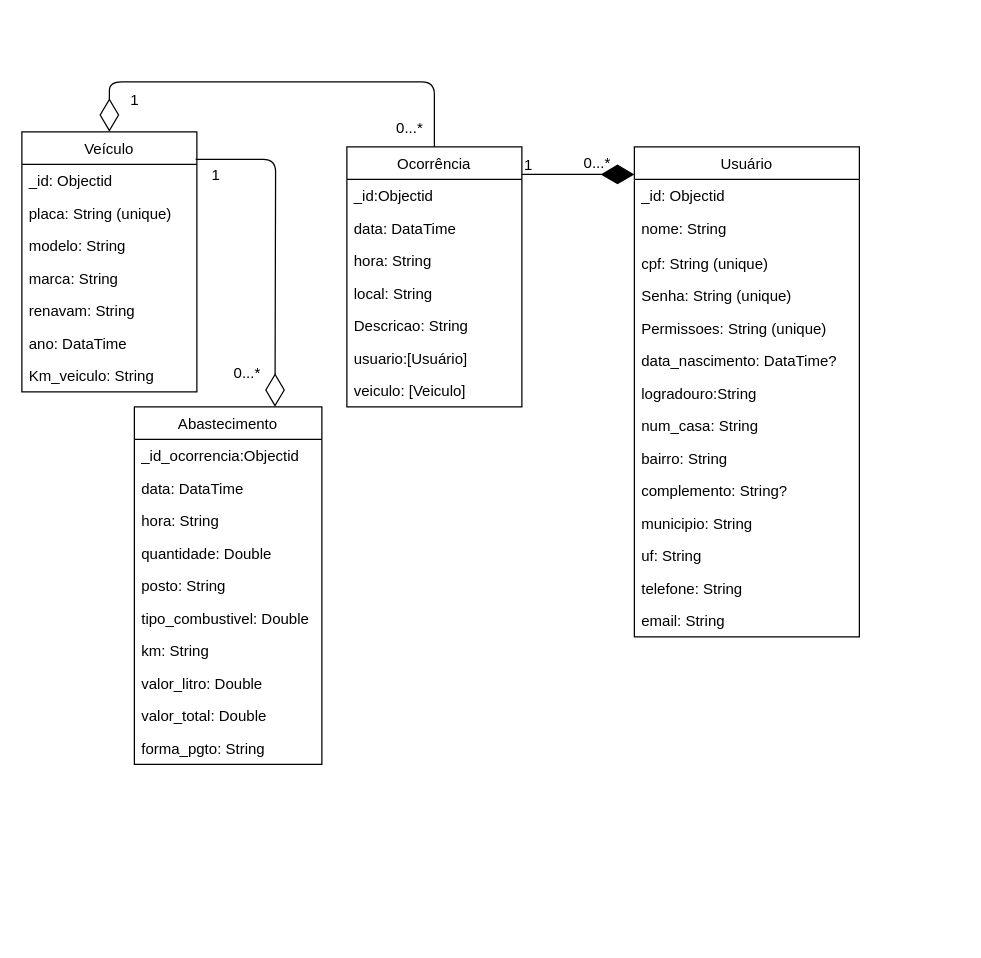
This is docs/NoAM.drawio from FatecFranca/DSM-G04-PI3-2024-1, a draw.io file, before an edit. Source tidied: cells renumbered, new cells numbered last; positions are measured from the earlier drawing's top-left corner, leaving out a move shared by most shapes. Both pictures are drawn from the tidied source at 125%, with x=0, y=0 at pixel (21, 81).
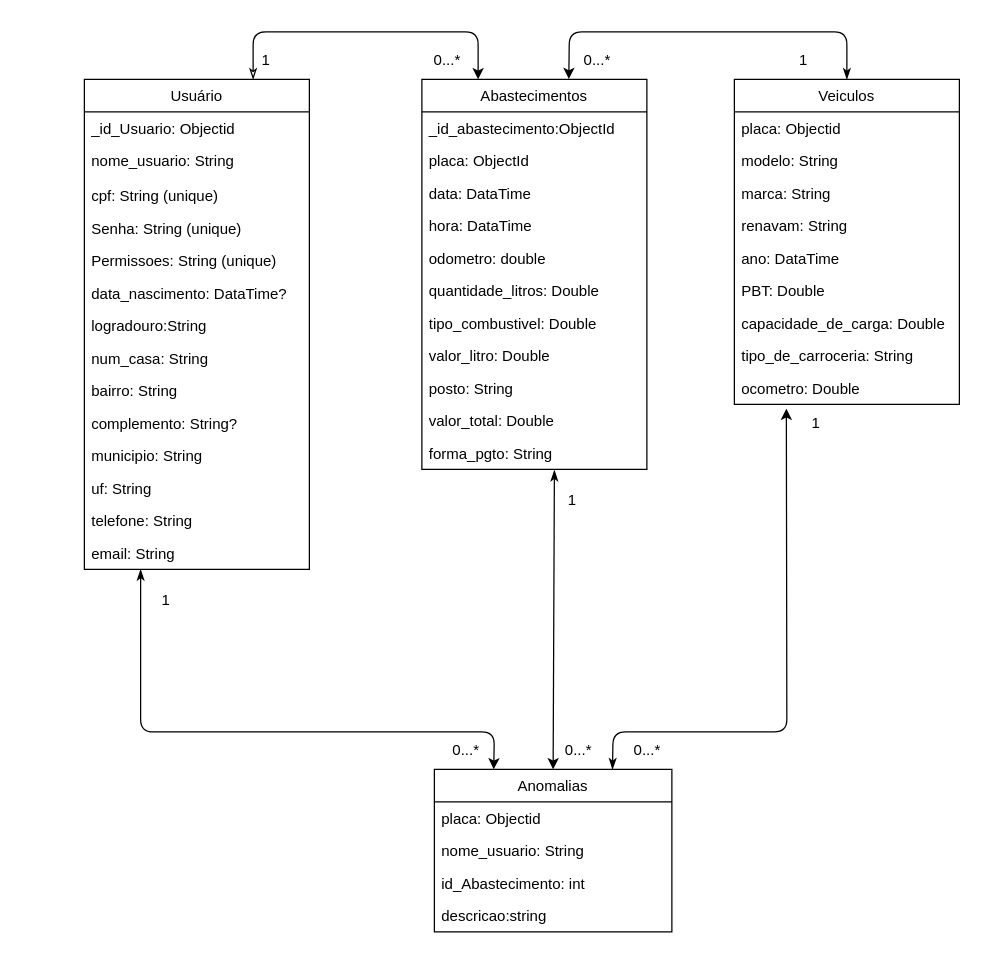
Above is the later version.

Diff of the diagram source:
```diff
@@
-    <mxCell id="2" value="0...*" style="text;html=1;align=center;verticalAlign=middle;strokeColor=none;fillColor=none;" parent="1" vertex="1">
-      <mxGeometry x="440" y="50" width="40" height="30" as="geometry" />
-    </mxCell>
-    <mxCell id="3" style="endArrow=diamondThin;endFill=1;endSize=24;html=1;exitX=1;exitY=0.121;exitDx=0;exitDy=0;exitPerimeter=0;" parent="1" edge="1">
-      <mxGeometry relative="1" as="geometry">
-        <mxPoint x="400" y="74" as="sourcePoint" />
-        <mxPoint x="490" y="74" as="targetPoint" />
-      </mxGeometry>
-    </mxCell>
-    <mxCell id="4" value="1" style="text;html=1;align=center;verticalAlign=middle;strokeColor=none;fillColor=none;" parent="1" vertex="1">
-      <mxGeometry x="390" y="52" width="30" height="30" as="geometry" />
-    </mxCell>
     <mxCell id="5" value="1" style="text;html=1;align=center;verticalAlign=middle;strokeColor=none;fillColor=none;" parent="1" vertex="1">
-      <mxGeometry x="75" width="30" height="30" as="geometry" />
+      <mxGeometry x="610" y="-32" width="30" height="30" as="geometry" />
     </mxCell>
-    <mxCell id="6" style="endArrow=diamondThin;endFill=0;endSize=24;html=1;entryX=0.5;entryY=0;entryDx=0;entryDy=0;exitX=0.5;exitY=0;exitDx=0;exitDy=0;" parent="1" edge="1">
-      <mxGeometry relative="1" as="geometry">
-        <mxPoint x="330" y="52" as="sourcePoint" />
-        <mxPoint x="70" y="40" as="targetPoint" />
-        <Array as="points">
-          <mxPoint x="330" />
-          <mxPoint x="210" />
-          <mxPoint x="70" />
-        </Array>
-      </mxGeometry>
-    </mxCell>
     <mxCell id="7" value="1" style="text;html=1;align=center;verticalAlign=middle;strokeColor=none;fillColor=none;" parent="1" vertex="1">
-      <mxGeometry x="140" y="60" width="30" height="30" as="geometry" />
+      <mxGeometry x="180" y="-32" width="30" height="30" as="geometry" />
     </mxCell>
-    <mxCell id="8" value="0...*" style="text;html=1;align=center;verticalAlign=middle;strokeColor=none;fillColor=none;" parent="1" vertex="1">
-      <mxGeometry x="160" y="218" width="40" height="30" as="geometry" />
-    </mxCell>
-    <mxCell id="9" value="Ocorrência" style="swimlane;fontStyle=0;horizontal=1;startSize=26;fillColor=none;" parent="1" vertex="1">
-      <mxGeometry x="260" y="52" width="140" height="208" as="geometry" />
-    </mxCell>
-    <mxCell id="10" value="_id:Objectid" style="text;strokeColor=none;fillColor=none;align=left;verticalAlign=top;spacingLeft=4;spacingRight=4;overflow=hidden;" parent="9" vertex="1">
-      <mxGeometry y="26" width="140" height="26" as="geometry" />
-    </mxCell>
-    <mxCell id="11" value="data: DataTime" style="text;strokeColor=none;fillColor=none;align=left;verticalAlign=top;spacingLeft=4;spacingRight=4;overflow=hidden;" parent="9" vertex="1">
-      <mxGeometry y="52" width="140" height="26" as="geometry" />
-    </mxCell>
-    <mxCell id="12" value="hora: String" style="text;strokeColor=none;fillColor=none;align=left;verticalAlign=top;spacingLeft=4;spacingRight=4;overflow=hidden;" parent="9" vertex="1">
-      <mxGeometry y="78" width="140" height="26" as="geometry" />
-    </mxCell>
-    <mxCell id="13" value="local: String" style="text;strokeColor=none;fillColor=none;align=left;verticalAlign=top;spacingLeft=4;spacingRight=4;overflow=hidden;" parent="9" vertex="1">
-      <mxGeometry y="104" width="140" height="26" as="geometry" />
-    </mxCell>
-    <mxCell id="14" value="Descricao: String" style="text;strokeColor=none;fillColor=none;align=left;verticalAlign=top;spacingLeft=4;spacingRight=4;overflow=hidden;" parent="9" vertex="1">
-      <mxGeometry y="130" width="140" height="26" as="geometry" />
-    </mxCell>
-    <mxCell id="15" value="usuario:[Usuário]" style="text;strokeColor=none;fillColor=none;align=left;verticalAlign=top;spacingLeft=4;spacingRight=4;overflow=hidden;" parent="9" vertex="1">
-      <mxGeometry y="156" width="140" height="26" as="geometry" />
-    </mxCell>
-    <mxCell id="16" value="veiculo: [Veiculo]" style="text;strokeColor=none;fillColor=none;align=left;verticalAlign=top;spacingLeft=4;spacingRight=4;overflow=hidden;" parent="9" vertex="1">
-      <mxGeometry y="182" width="140" height="26" as="geometry" />
-    </mxCell>
+    <mxCell id="53" style="edgeStyle=none;html=1;exitX=0.25;exitY=1;exitDx=0;exitDy=0;entryX=0.25;entryY=0;entryDx=0;entryDy=0;startArrow=classicThin;startFill=1;" parent="1" edge="1" source="17" target="63">
+      <mxGeometry relative="1" as="geometry">
+        <Array as="points">
+          <mxPoint x="95" y="520" />
+          <mxPoint x="378" y="520" />
+        </Array>
+      </mxGeometry>
+    </mxCell>
     <mxCell id="17" value="Usuário" style="swimlane;fontStyle=0;horizontal=1;startSize=26;fillColor=none;" parent="1" vertex="1">
-      <mxGeometry x="490" y="52" width="180" height="392" as="geometry" />
+      <mxGeometry x="50" y="-2" width="180" height="392" as="geometry" />
     </mxCell>
-    <mxCell id="18" value="_id: Objectid" style="text;strokeColor=none;fillColor=none;align=left;verticalAlign=top;spacingLeft=4;spacingRight=4;overflow=hidden;" parent="17" vertex="1">
+    <mxCell id="18" value="_id_Usuario: Objectid" style="text;strokeColor=none;fillColor=none;align=left;verticalAlign=top;spacingLeft=4;spacingRight=4;overflow=hidden;" parent="17" vertex="1">
       <mxGeometry y="26" width="180" height="26" as="geometry" />
     </mxCell>
-    <mxCell id="19" value="nome: String" style="text;strokeColor=none;fillColor=none;align=left;verticalAlign=top;spacingLeft=4;spacingRight=4;overflow=hidden;" parent="17" vertex="1">
+    <mxCell id="19" value="nome_usuario: String" style="text;strokeColor=none;fillColor=none;align=left;verticalAlign=top;spacingLeft=4;spacingRight=4;overflow=hidden;" parent="17" vertex="1">
       <mxGeometry y="52" width="180" height="28" as="geometry" />
     </mxCell>
@@
+    <mxCell id="54" style="edgeStyle=none;html=1;exitX=0.589;exitY=1.021;exitDx=0;exitDy=0;entryX=0.5;entryY=0;entryDx=0;entryDy=0;startArrow=classicThin;startFill=1;exitPerimeter=0;" parent="1" edge="1" source="50" target="63">
+      <mxGeometry relative="1" as="geometry" />
+    </mxCell>
+    <mxCell id="40" value="Abastecimentos" style="swimlane;fontStyle=0;horizontal=1;startSize=26;fillColor=none;" parent="1" vertex="1">
+      <mxGeometry x="320" y="-2" width="180" height="312" as="geometry" />
+    </mxCell>
+    <mxCell id="41" value="_id_abastecimento:ObjectId" style="text;strokeColor=none;fillColor=none;align=left;verticalAlign=top;spacingLeft=4;spacingRight=4;overflow=hidden;" parent="40" vertex="1">
+      <mxGeometry y="26" width="180" height="26" as="geometry" />
+    </mxCell>
+    <mxCell id="55" value="placa: ObjectId" style="text;strokeColor=none;fillColor=none;align=left;verticalAlign=top;spacingLeft=4;spacingRight=4;overflow=hidden;" parent="40" vertex="1">
+      <mxGeometry y="52" width="180" height="26" as="geometry" />
+    </mxCell>
+    <mxCell id="42" value="data: DataTime" style="text;strokeColor=none;fillColor=none;align=left;verticalAlign=top;spacingLeft=4;spacingRight=4;overflow=hidden;" parent="40" vertex="1">
+      <mxGeometry y="78" width="180" height="26" as="geometry" />
+    </mxCell>
+    <mxCell id="43" value="hora: DataTime" style="text;strokeColor=none;fillColor=none;align=left;verticalAlign=top;spacingLeft=4;spacingRight=4;overflow=hidden;" parent="40" vertex="1">
+      <mxGeometry y="104" width="180" height="26" as="geometry" />
+    </mxCell>
+    <mxCell id="47" value="odometro: double" style="text;strokeColor=none;fillColor=none;align=left;verticalAlign=top;spacingLeft=4;spacingRight=4;overflow=hidden;" parent="40" vertex="1">
+      <mxGeometry y="130" width="180" height="26" as="geometry" />
+    </mxCell>
+    <mxCell id="44" value="quantidade_litros: Double" style="text;strokeColor=none;fillColor=none;align=left;verticalAlign=top;spacingLeft=4;spacingRight=4;overflow=hidden;" parent="40" vertex="1">
+      <mxGeometry y="156" width="180" height="26" as="geometry" />
+    </mxCell>
+    <mxCell id="46" value="tipo_combustivel: Double" style="text;strokeColor=none;fillColor=none;align=left;verticalAlign=top;spacingLeft=4;spacingRight=4;overflow=hidden;" parent="40" vertex="1">
+      <mxGeometry y="182" width="180" height="26" as="geometry" />
+    </mxCell>
+    <mxCell id="48" value="valor_litro: Double" style="text;strokeColor=none;fillColor=none;align=left;verticalAlign=top;spacingLeft=4;spacingRight=4;overflow=hidden;" parent="40" vertex="1">
+      <mxGeometry y="208" width="180" height="26" as="geometry" />
+    </mxCell>
+    <mxCell id="45" value="posto: String" style="text;strokeColor=none;fillColor=none;align=left;verticalAlign=top;spacingLeft=4;spacingRight=4;overflow=hidden;" parent="40" vertex="1">
+      <mxGeometry y="234" width="180" height="26" as="geometry" />
+    </mxCell>
+    <mxCell id="49" value="valor_total: Double" style="text;strokeColor=none;fillColor=none;align=left;verticalAlign=top;spacingLeft=4;spacingRight=4;overflow=hidden;" parent="40" vertex="1">
+      <mxGeometry y="260" width="180" height="26" as="geometry" />
+    </mxCell>
+    <mxCell id="50" value="forma_pgto: String" style="text;strokeColor=none;fillColor=none;align=left;verticalAlign=top;spacingLeft=4;spacingRight=4;overflow=hidden;points=[[0,0.5],[1,0.5]];portConstraint=eastwest;" parent="40" vertex="1">
+      <mxGeometry y="286" width="180" height="26" as="geometry" />
+    </mxCell>
+    <mxCell id="52" value="0...*" style="text;html=1;align=center;verticalAlign=middle;strokeColor=none;fillColor=none;" parent="1" vertex="1">
+      <mxGeometry x="320" y="-32" width="40" height="30" as="geometry" />
+    </mxCell>
+    <mxCell id="56" value="0...*" style="text;html=1;align=center;verticalAlign=middle;strokeColor=none;fillColor=none;" parent="1" vertex="1">
+      <mxGeometry x="440" y="-32" width="40" height="30" as="geometry" />
+    </mxCell>
+    <mxCell id="57" style="endArrow=classic;endFill=1;html=1;exitX=0.75;exitY=0;exitDx=0;exitDy=0;entryX=0.25;entryY=0;entryDx=0;entryDy=0;startArrow=classicThin;startFill=0;" parent="1" edge="1" source="17" target="40">
+      <mxGeometry relative="1" as="geometry">
+        <Array as="points">
+          <mxPoint x="185" y="-40" />
+          <mxPoint x="365" y="-40" />
+        </Array>
+      </mxGeometry>
+    </mxCell>
+    <mxCell id="58" style="edgeStyle=none;html=1;exitX=0.5;exitY=0;exitDx=0;exitDy=0;entryX=0.653;entryY=-0.001;entryDx=0;entryDy=0;entryPerimeter=0;endArrow=classic;endFill=1;startArrow=classicThin;startFill=1;" parent="1" edge="1" source="32" target="40">
+      <mxGeometry relative="1" as="geometry">
+        <Array as="points">
+          <mxPoint x="660" y="-40" />
+          <mxPoint x="438" y="-40" />
+        </Array>
+      </mxGeometry>
+    </mxCell>
-    <mxCell id="32" value="Veículo" style="swimlane;fontStyle=0;horizontal=1;startSize=26;fillColor=none;" parent="1" vertex="1">
-      <mxGeometry y="40" width="140" height="208" as="geometry" />
+    <mxCell id="32" value="Veiculos" style="swimlane;fontStyle=0;horizontal=1;startSize=26;fillColor=none;" parent="1" vertex="1">
+      <mxGeometry x="570" y="-2" width="180" height="260" as="geometry" />
     </mxCell>
-    <mxCell id="33" value="_id: Objectid" style="text;strokeColor=none;fillColor=none;align=left;verticalAlign=top;spacingLeft=4;spacingRight=4;overflow=hidden;points=[[0,0.5],[1,0.5]];portConstraint=eastwest;" parent="32" vertex="1">
-      <mxGeometry y="26" width="140" height="26" as="geometry" />
+    <mxCell id="33" value="placa: Objectid" style="text;strokeColor=none;fillColor=none;align=left;verticalAlign=top;spacingLeft=4;spacingRight=4;overflow=hidden;points=[[0,0.5],[1,0.5]];portConstraint=eastwest;" parent="32" vertex="1">
+      <mxGeometry y="26" width="180" height="26" as="geometry" />
     </mxCell>
-    <mxCell id="34" value="placa: String (unique)" style="text;strokeColor=none;fillColor=none;align=left;verticalAlign=top;spacingLeft=4;spacingRight=4;overflow=hidden;" parent="32" vertex="1">
-      <mxGeometry y="52" width="140" height="26" as="geometry" />
-    </mxCell>
     <mxCell id="35" value="modelo: String" style="text;strokeColor=none;fillColor=none;align=left;verticalAlign=top;spacingLeft=4;spacingRight=4;overflow=hidden;" parent="32" vertex="1">
-      <mxGeometry y="78" width="140" height="26" as="geometry" />
+      <mxGeometry y="52" width="180" height="26" as="geometry" />
     </mxCell>
     <mxCell id="36" value="marca: String" style="text;strokeColor=none;fillColor=none;align=left;verticalAlign=top;spacingLeft=4;spacingRight=4;overflow=hidden;" parent="32" vertex="1">
-      <mxGeometry y="104" width="140" height="26" as="geometry" />
+      <mxGeometry y="78" width="180" height="26" as="geometry" />
     </mxCell>
     <mxCell id="37" value="renavam: String" style="text;strokeColor=none;fillColor=none;align=left;verticalAlign=top;spacingLeft=4;spacingRight=4;overflow=hidden;" parent="32" vertex="1">
-      <mxGeometry y="130" width="140" height="26" as="geometry" />
+      <mxGeometry y="104" width="180" height="26" as="geometry" />
     </mxCell>
+    <mxCell id="59" value="ano: DataTime&#10;" style="text;strokeColor=none;fillColor=none;align=left;verticalAlign=top;spacingLeft=4;spacingRight=4;overflow=hidden;" parent="32" vertex="1">
+      <mxGeometry y="130" width="180" height="26" as="geometry" />
+    </mxCell>
-    <mxCell id="38" value="ano: DataTime" style="text;strokeColor=none;fillColor=none;align=left;verticalAlign=top;spacingLeft=4;spacingRight=4;overflow=hidden;" parent="32" vertex="1">
-      <mxGeometry y="156" width="140" height="26" as="geometry" />
+    <mxCell id="38" value="PBT: Double" style="text;strokeColor=none;fillColor=none;align=left;verticalAlign=top;spacingLeft=4;spacingRight=4;overflow=hidden;" parent="32" vertex="1">
+      <mxGeometry y="156" width="180" height="26" as="geometry" />
     </mxCell>
+    <mxCell id="60" value="capacidade_de_carga: Double" style="text;strokeColor=none;fillColor=none;align=left;verticalAlign=top;spacingLeft=4;spacingRight=4;overflow=hidden;" parent="32" vertex="1">
+      <mxGeometry y="182" width="180" height="26" as="geometry" />
+    </mxCell>
+    <mxCell id="61" value="tipo_de_carroceria: String&#10;" style="text;strokeColor=none;fillColor=none;align=left;verticalAlign=top;spacingLeft=4;spacingRight=4;overflow=hidden;" parent="32" vertex="1">
+      <mxGeometry y="208" width="180" height="26" as="geometry" />
+    </mxCell>
-    <mxCell id="39" value="Km_veiculo: String" style="text;strokeColor=none;fillColor=none;align=left;verticalAlign=top;spacingLeft=4;spacingRight=4;overflow=hidden;points=[[0,0.5],[1,0.5]];portConstraint=eastwest;" parent="32" vertex="1">
-      <mxGeometry y="182" width="140" height="26" as="geometry" />
+    <mxCell id="39" value="ocometro: Double" style="text;strokeColor=none;fillColor=none;align=left;verticalAlign=top;spacingLeft=4;spacingRight=4;overflow=hidden;points=[[0,0.5],[1,0.5]];portConstraint=eastwest;" parent="32" vertex="1">
+      <mxGeometry y="234" width="180" height="26" as="geometry" />
     </mxCell>
-    <mxCell id="40" value="Abastecimento" style="swimlane;fontStyle=0;horizontal=1;startSize=26;fillColor=none;" parent="1" vertex="1">
-      <mxGeometry x="90" y="260" width="150" height="286" as="geometry" />
-    </mxCell>
-    <mxCell id="41" value="_id_ocorrencia:Objectid" style="text;strokeColor=none;fillColor=none;align=left;verticalAlign=top;spacingLeft=4;spacingRight=4;overflow=hidden;" parent="40" vertex="1">
-      <mxGeometry y="26" width="150" height="26" as="geometry" />
-    </mxCell>
-    <mxCell id="42" value="data: DataTime" style="text;strokeColor=none;fillColor=none;align=left;verticalAlign=top;spacingLeft=4;spacingRight=4;overflow=hidden;" parent="40" vertex="1">
-      <mxGeometry y="52" width="150" height="26" as="geometry" />
-    </mxCell>
-    <mxCell id="43" value="hora: String" style="text;strokeColor=none;fillColor=none;align=left;verticalAlign=top;spacingLeft=4;spacingRight=4;overflow=hidden;" parent="40" vertex="1">
-      <mxGeometry y="78" width="150" height="26" as="geometry" />
-    </mxCell>
-    <mxCell id="44" value="quantidade: Double" style="text;strokeColor=none;fillColor=none;align=left;verticalAlign=top;spacingLeft=4;spacingRight=4;overflow=hidden;" parent="40" vertex="1">
-      <mxGeometry y="104" width="150" height="26" as="geometry" />
-    </mxCell>
-    <mxCell id="45" value="posto: String" style="text;strokeColor=none;fillColor=none;align=left;verticalAlign=top;spacingLeft=4;spacingRight=4;overflow=hidden;" parent="40" vertex="1">
-      <mxGeometry y="130" width="150" height="26" as="geometry" />
-    </mxCell>
-    <mxCell id="46" value="tipo_combustivel: Double" style="text;strokeColor=none;fillColor=none;align=left;verticalAlign=top;spacingLeft=4;spacingRight=4;overflow=hidden;" parent="40" vertex="1">
-      <mxGeometry y="156" width="150" height="26" as="geometry" />
-    </mxCell>
-    <mxCell id="47" value="km: String" style="text;strokeColor=none;fillColor=none;align=left;verticalAlign=top;spacingLeft=4;spacingRight=4;overflow=hidden;" parent="40" vertex="1">
-      <mxGeometry y="182" width="150" height="26" as="geometry" />
-    </mxCell>
-    <mxCell id="48" value="valor_litro: Double" style="text;strokeColor=none;fillColor=none;align=left;verticalAlign=top;spacingLeft=4;spacingRight=4;overflow=hidden;" parent="40" vertex="1">
-      <mxGeometry y="208" width="150" height="26" as="geometry" />
-    </mxCell>
-    <mxCell id="49" value="valor_total: Double" style="text;strokeColor=none;fillColor=none;align=left;verticalAlign=top;spacingLeft=4;spacingRight=4;overflow=hidden;" parent="40" vertex="1">
-      <mxGeometry y="234" width="150" height="26" as="geometry" />
-    </mxCell>
-    <mxCell id="50" value="forma_pgto: String" style="text;strokeColor=none;fillColor=none;align=left;verticalAlign=top;spacingLeft=4;spacingRight=4;overflow=hidden;points=[[0,0.5],[1,0.5]];portConstraint=eastwest;" parent="40" vertex="1">
-      <mxGeometry y="260" width="150" height="26" as="geometry" />
-    </mxCell>
-    <mxCell id="51" style="endArrow=diamondThin;endFill=0;endSize=24;html=1;entryX=0.75;entryY=0;entryDx=0;entryDy=0;exitX=0.993;exitY=-0.154;exitDx=0;exitDy=0;exitPerimeter=0;" parent="1" edge="1" source="33" target="40">
-      <mxGeometry relative="1" as="geometry">
-        <Array as="points">
-          <mxPoint x="203" y="62" />
-        </Array>
-      </mxGeometry>
-    </mxCell>
-    <mxCell id="52" value="0...*" style="text;html=1;align=center;verticalAlign=middle;strokeColor=none;fillColor=none;" parent="1" vertex="1">
-      <mxGeometry x="290" y="22" width="40" height="30" as="geometry" />
-    </mxCell>
+    <mxCell id="62" style="edgeStyle=none;html=1;exitX=0.75;exitY=0;exitDx=0;exitDy=0;entryX=0.231;entryY=1.133;entryDx=0;entryDy=0;entryPerimeter=0;startArrow=classicThin;startFill=1;endArrow=classic;endFill=1;" parent="1" edge="1" source="63" target="39">
+      <mxGeometry relative="1" as="geometry">
+        <Array as="points">
+          <mxPoint x="473" y="520" />
+          <mxPoint x="612" y="520" />
+        </Array>
+      </mxGeometry>
+    </mxCell>
+    <mxCell id="63" value="Anomalias" style="swimlane;fontStyle=0;horizontal=1;startSize=26;fillColor=none;" parent="1" vertex="1">
+      <mxGeometry x="330" y="550" width="190" height="130" as="geometry" />
+    </mxCell>
+    <mxCell id="64" value="placa: Objectid" style="text;strokeColor=none;fillColor=none;align=left;verticalAlign=top;spacingLeft=4;spacingRight=4;overflow=hidden;" parent="63" vertex="1">
+      <mxGeometry y="26" width="190" height="26" as="geometry" />
+    </mxCell>
+    <mxCell id="65" value="nome_usuario: String" style="text;strokeColor=none;fillColor=none;align=left;verticalAlign=top;spacingLeft=4;spacingRight=4;overflow=hidden;" parent="63" vertex="1">
+      <mxGeometry y="52" width="190" height="26" as="geometry" />
+    </mxCell>
+    <mxCell id="66" value="id_Abastecimento: int" style="text;strokeColor=none;fillColor=none;align=left;verticalAlign=top;spacingLeft=4;spacingRight=4;overflow=hidden;" parent="63" vertex="1">
+      <mxGeometry y="78" width="190" height="26" as="geometry" />
+    </mxCell>
+    <mxCell id="67" value="descricao:string" style="text;strokeColor=none;fillColor=none;align=left;verticalAlign=top;spacingLeft=4;spacingRight=4;overflow=hidden;" parent="63" vertex="1">
+      <mxGeometry y="104" width="190" height="26" as="geometry" />
+    </mxCell>
+    <mxCell id="68" value="1" style="text;html=1;align=center;verticalAlign=middle;strokeColor=none;fillColor=none;" parent="1" vertex="1">
+      <mxGeometry x="100" y="400" width="30" height="30" as="geometry" />
+    </mxCell>
+    <mxCell id="69" value="0...*" style="text;html=1;align=center;verticalAlign=middle;strokeColor=none;fillColor=none;" parent="1" vertex="1">
+      <mxGeometry x="335" y="520" width="40" height="30" as="geometry" />
+    </mxCell>
+    <mxCell id="70" value="0...*" style="text;html=1;align=center;verticalAlign=middle;strokeColor=none;fillColor=none;" parent="1" vertex="1">
+      <mxGeometry x="425" y="520" width="40" height="30" as="geometry" />
+    </mxCell>
+    <mxCell id="71" value="1" style="text;html=1;align=center;verticalAlign=middle;strokeColor=none;fillColor=none;" parent="1" vertex="1">
+      <mxGeometry x="425" y="320" width="30" height="30" as="geometry" />
+    </mxCell>
+    <mxCell id="72" value="0...*" style="text;html=1;align=center;verticalAlign=middle;strokeColor=none;fillColor=none;" parent="1" vertex="1">
+      <mxGeometry x="480" y="520" width="40" height="30" as="geometry" />
+    </mxCell>
+    <mxCell id="73" value="1" style="text;html=1;align=center;verticalAlign=middle;strokeColor=none;fillColor=none;" parent="1" vertex="1">
+      <mxGeometry x="620" y="258" width="30" height="30" as="geometry" />
+    </mxCell>
```
